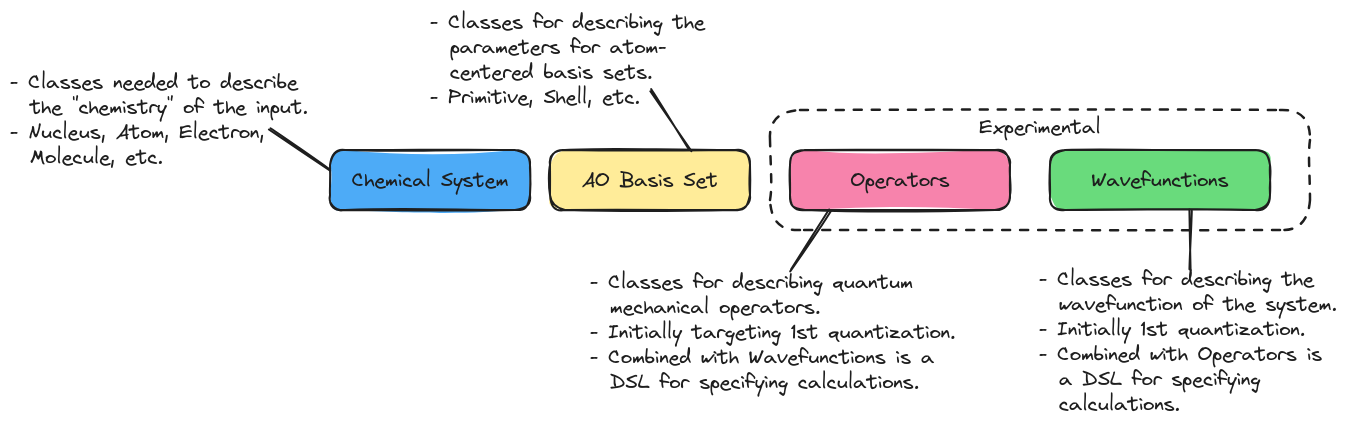
Before: docs/source/developer/design/assets/architecture.png, a diagram exported from Excalidraw (NWChemEx/Chemist). Source tidied: one line per element, renumbered; positions are measured from the earlier drawing's top-left corner, leaving out a move shared by most shapes.
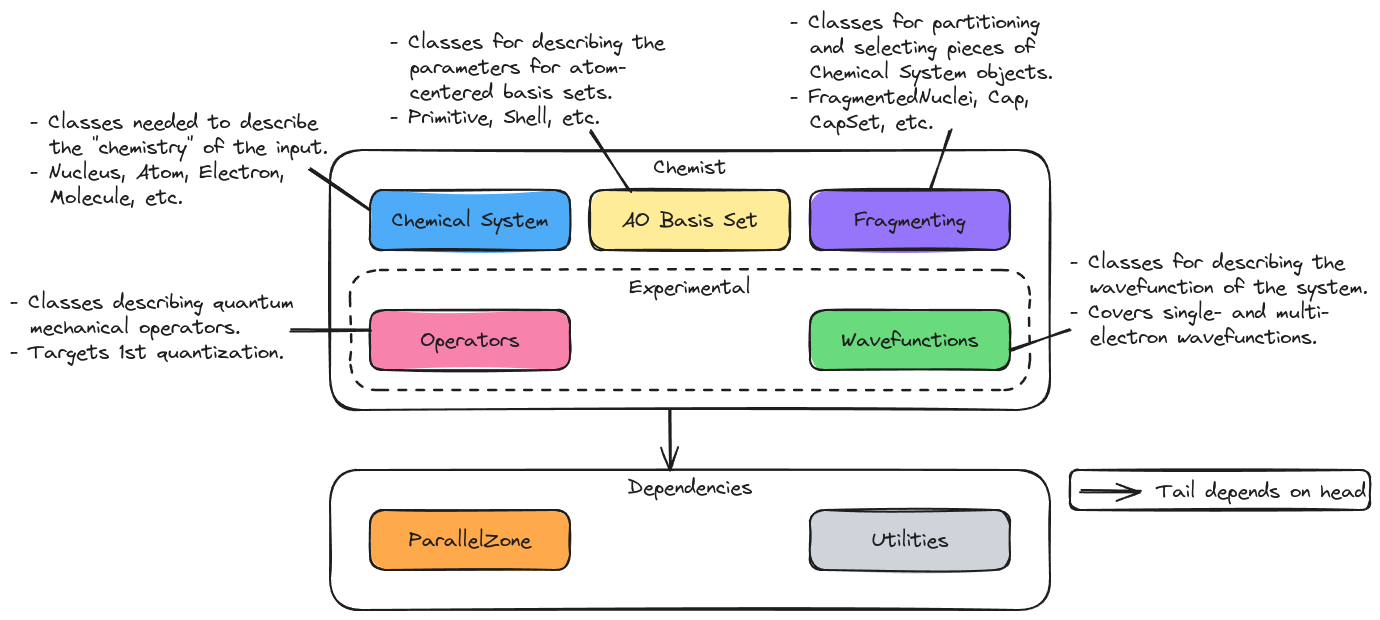
Above is the later version.

What changed in the source:
```diff
@@ -1,18 +1,34 @@
+{"id": 18, "type": "rectangle", "strokeColor": "#1e1e1e", "backgroundColor": "#ffffff", "fillStyle": "solid", "strokeWidth": 2, "roughness": 1, "round": true, "x": 1020, "y": 420, "width": 300, "height": 40}
+{"id": 19, "type": "rectangle", "strokeColor": "#1e1e1e", "backgroundColor": "#ffffff", "fillStyle": "solid", "strokeWidth": 2, "roughness": 1, "round": true, "x": 280, "y": 420, "width": 720, "height": 140}
+{"id": 20, "type": "text", "text": "Dependencies", "strokeColor": "#1e1e1e", "backgroundColor": "#ffa94d", "fillStyle": "solid", "strokeWidth": 2, "roughness": 1, "fontSize": 20, "fontFamily": 1, "textAlign": "center", "inside": 19, "x": 578, "y": 425, "width": 125, "height": 25}
+{"id": 21, "type": "rectangle", "strokeColor": "#1e1e1e", "backgroundColor": "#ffffff", "fillStyle": "solid", "strokeWidth": 2, "roughness": 1, "round": true, "x": 280, "y": 100, "width": 720, "height": 260}
+{"id": 22, "type": "text", "text": "Chemist", "strokeColor": "#1e1e1e", "backgroundColor": "#9775fa", "fillStyle": "solid", "strokeWidth": 2, "roughness": 1, "fontSize": 20, "fontFamily": 1, "textAlign": "center", "inside": 21, "x": 604, "y": 105, "width": 73, "height": 25}
-{"id": 0, "type": "rectangle", "strokeColor": "#1e1e1e", "strokeWidth": 2, "strokeStyle": "dashed", "roughness": 1, "round": true, "x": 760, "y": 100, "width": 540, "height": 120}
+{"id": 0, "type": "rectangle", "strokeColor": "#1e1e1e", "strokeWidth": 2, "strokeStyle": "dashed", "roughness": 1, "round": true, "x": 300, "y": 220, "width": 680, "height": 120}
-{"id": 1, "type": "text", "text": "Experimental", "strokeColor": "#1e1e1e", "strokeWidth": 2, "strokeStyle": "dashed", "roughness": 1, "fontSize": 20, "fontFamily": 1, "textAlign": "center", "inside": 0, "x": 969, "y": 105, "width": 121, "height": 25}
+{"id": 1, "type": "text", "text": "Experimental", "strokeColor": "#1e1e1e", "strokeWidth": 2, "strokeStyle": "dashed", "roughness": 1, "fontSize": 20, "fontFamily": 1, "textAlign": "center", "inside": 0, "x": 579, "y": 225, "width": 121, "height": 25}
 {"id": 2, "type": "rectangle", "strokeColor": "#1e1e1e", "backgroundColor": "#4dabf7", "fillStyle": "solid", "strokeWidth": 2, "roughness": 1, "round": true, "x": 320, "y": 140, "width": 200, "height": 60}
 {"id": 3, "type": "text", "text": "Chemical System", "strokeColor": "#1e1e1e", "strokeWidth": 2, "roughness": 1, "fontSize": 20, "fontFamily": 1, "textAlign": "center", "verticalAlign": "middle", "inside": 2, "x": 342, "y": 158, "width": 157, "height": 25}
-{"id": 4, "type": "text", "text": "- Classes needed to describe\n  the \"chemistry\" of the input.\n- Nucleus, Atom, Electron,\n  Molecule, etc.", "strokeColor": "#1e1e1e", "strokeWidth": 2, "roughness": 1, "fontSize": 20, "fontFamily": 1, "x": 0, "y": 60, "width": 298, "height": 100}
+{"id": 4, "type": "text", "text": "- Classes needed to describe\n  the \"chemistry\" of the input.\n- Nucleus, Atom, Electron,\n  Molecule, etc.", "strokeColor": "#1e1e1e", "strokeWidth": 2, "roughness": 1, "fontSize": 20, "fontFamily": 1, "x": -20, "y": 60, "width": 298, "height": 100}
-{"id": 5, "type": "rectangle", "strokeColor": "#1e1e1e", "backgroundColor": "#f783ac", "fillStyle": "solid", "strokeWidth": 2, "roughness": 1, "round": true, "x": 780, "y": 140, "width": 220, "height": 60}
+{"id": 5, "type": "rectangle", "strokeColor": "#1e1e1e", "backgroundColor": "#f783ac", "fillStyle": "solid", "strokeWidth": 2, "roughness": 1, "round": true, "x": 320, "y": 260, "width": 200, "height": 60}
-{"id": 6, "type": "text", "text": "Operators", "strokeColor": "#1e1e1e", "strokeWidth": 2, "roughness": 1, "fontSize": 20, "fontFamily": 1, "textAlign": "center", "verticalAlign": "middle", "inside": 5, "x": 840, "y": 158, "width": 99, "height": 25}
+{"id": 6, "type": "text", "text": "Operators", "strokeColor": "#1e1e1e", "strokeWidth": 2, "roughness": 1, "fontSize": 20, "fontFamily": 1, "textAlign": "center", "verticalAlign": "middle", "inside": 5, "x": 370, "y": 278, "width": 99, "height": 25}
-{"id": 7, "type": "rectangle", "strokeColor": "#1e1e1e", "backgroundColor": "#69db7c", "fillStyle": "solid", "strokeWidth": 2, "roughness": 1, "round": true, "x": 1040, "y": 140, "width": 220, "height": 60}
+{"id": 7, "type": "rectangle", "strokeColor": "#1e1e1e", "backgroundColor": "#69db7c", "fillStyle": "solid", "strokeWidth": 2, "roughness": 1, "round": true, "x": 760, "y": 260, "width": 200, "height": 60}
-{"id": 8, "type": "text", "text": "Wavefunctions", "strokeColor": "#1e1e1e", "strokeWidth": 2, "roughness": 1, "fontSize": 20, "fontFamily": 1, "textAlign": "center", "verticalAlign": "middle", "inside": 7, "x": 1081, "y": 158, "width": 137, "height": 25}
+{"id": 8, "type": "text", "text": "Wavefunctions", "strokeColor": "#1e1e1e", "strokeWidth": 2, "roughness": 1, "fontSize": 20, "fontFamily": 1, "textAlign": "center", "verticalAlign": "middle", "inside": 7, "x": 791, "y": 278, "width": 137, "height": 25}
 {"id": 9, "type": "line", "strokeColor": "#1e1e1e", "strokeWidth": 2, "roughness": 1, "round": true, "x": 260, "y": 120, "width": 60, "height": 40, "points": [[0, 0], [60, 40]]}
-{"id": 10, "type": "text", "text": "- Classes for describing quantum\n  mechanical operators.\n- Initially targeting 1st quantization.\n- Combined with Wavefunctions is a\n  DSL for specifying calculations.", "strokeColor": "#1e1e1e", "backgroundColor": "#69db7c", "fillStyle": "solid", "strokeWidth": 2, "roughness": 1, "fontSize": 20, "fontFamily": 1, "x": 580, "y": 260, "width": 366, "height": 125}
+{"id": 10, "type": "text", "text": "- Classes describing quantum \n  mechanical operators.\n- Targets 1st quantization.\n", "strokeColor": "#1e1e1e", "backgroundColor": "#69db7c", "fillStyle": "solid", "strokeWidth": 2, "roughness": 1, "fontSize": 20, "fontFamily": 1, "x": -40, "y": 240, "width": 294, "height": 100}
-{"id": 11, "type": "line", "strokeColor": "#1e1e1e", "backgroundColor": "#69db7c", "fillStyle": "solid", "strokeWidth": 2, "roughness": 1, "round": true, "x": 780, "y": 260, "width": 40, "height": 60, "points": [[0, 0], [40, -60]]}
+{"id": 11, "type": "line", "strokeColor": "#1e1e1e", "backgroundColor": "#69db7c", "fillStyle": "solid", "strokeWidth": 2, "roughness": 1, "round": true, "x": 240, "y": 280, "width": 80, "height": 0, "points": [[0, 0], [80, 0]]}
-{"id": 12, "type": "text", "text": "- Classes for describing the\n  wavefunction of the system.\n- Initially 1st quantization.\n- Combined with Operators is\n  a DSL for specifying \n  calculations.", "strokeColor": "#1e1e1e", "backgroundColor": "#69db7c", "fillStyle": "solid", "strokeWidth": 2, "roughness": 1, "fontSize": 20, "fontFamily": 1, "x": 1029, "y": 257, "width": 298, "height": 150}
+{"id": 12, "type": "text", "text": "- Classes for describing the\n  wavefunction of the system.\n- Covers single- and multi-\n  electron wavefunctions.", "strokeColor": "#1e1e1e", "backgroundColor": "#69db7c", "fillStyle": "solid", "strokeWidth": 2, "roughness": 1, "fontSize": 20, "fontFamily": 1, "x": 1020, "y": 200, "width": 298, "height": 100}
-{"id": 13, "type": "line", "strokeColor": "#1e1e1e", "backgroundColor": "#69db7c", "fillStyle": "solid", "strokeWidth": 2, "roughness": 1, "round": true, "x": 1180, "y": 260, "width": 0, "height": 60, "points": [[0, 0], [0, -60]]}
+{"id": 13, "type": "line", "strokeColor": "#1e1e1e", "backgroundColor": "#69db7c", "fillStyle": "solid", "strokeWidth": 2, "roughness": 1, "round": true, "x": 1020, "y": 280, "width": 60, "height": 20, "points": [[0, 0], [-60, 20]]}
 {"id": 14, "type": "rectangle", "strokeColor": "#1e1e1e", "backgroundColor": "#ffec99", "fillStyle": "solid", "strokeWidth": 2, "roughness": 1, "round": true, "x": 540, "y": 140, "width": 200, "height": 60}
 {"id": 15, "type": "text", "text": "AO Basis Set", "strokeColor": "#1e1e1e", "strokeWidth": 2, "roughness": 1, "fontSize": 20, "fontFamily": 1, "textAlign": "center", "verticalAlign": "middle", "inside": 14, "x": 572, "y": 158, "width": 136, "height": 25}
-{"id": 16, "type": "text", "text": "- Classes for describing the\n  parameters for atom-\n  centered basis sets.\n- Primitive, Shell, etc.", "strokeColor": "#1e1e1e", "backgroundColor": "#ffec99", "fillStyle": "solid", "strokeWidth": 2, "roughness": 1, "fontSize": 20, "fontFamily": 1, "x": 420, "y": 0, "width": 275, "height": 100}
+{"id": 16, "type": "text", "text": "- Classes for describing the\n  parameters for atom-\n  centered basis sets.\n- Primitive, Shell, etc.", "strokeColor": "#1e1e1e", "backgroundColor": "#ffec99", "fillStyle": "solid", "strokeWidth": 2, "roughness": 1, "fontSize": 20, "fontFamily": 1, "x": 340, "y": -20, "width": 275, "height": 100}
-{"id": 17, "type": "line", "strokeColor": "#1e1e1e", "backgroundColor": "#ffec99", "fillStyle": "solid", "strokeWidth": 2, "roughness": 1, "round": true, "x": 640, "y": 80, "width": 40, "height": 60, "points": [[0, 0], [40, 60]]}
+{"id": 17, "type": "line", "strokeColor": "#1e1e1e", "backgroundColor": "#ffec99", "fillStyle": "solid", "strokeWidth": 2, "roughness": 1, "round": true, "x": 540, "y": 81, "width": 40, "height": 60, "points": [[0, 0], [40, 60]]}
+{"id": 23, "type": "rectangle", "strokeColor": "#1e1e1e", "backgroundColor": "#9775fa", "fillStyle": "solid", "strokeWidth": 2, "roughness": 1, "round": true, "x": 760, "y": 140, "width": 200, "height": 60}
+{"id": 24, "type": "text", "text": "Fragmenting", "strokeColor": "#1e1e1e", "strokeWidth": 2, "roughness": 1, "fontSize": 20, "fontFamily": 1, "textAlign": "center", "verticalAlign": "middle", "inside": 23, "x": 804, "y": 158, "width": 111, "height": 25}
+{"id": 25, "type": "text", "text": "- Classes for partitioning\n  and selecting pieces of\n  Chemical System objects.\n- FragmentedNuclei, Cap, \n  CapSet, etc.", "strokeColor": "#1e1e1e", "backgroundColor": "#9775fa", "fillStyle": "solid", "strokeWidth": 2, "roughness": 1, "fontSize": 20, "fontFamily": 1, "x": 740, "y": -40, "width": 263, "height": 125}
+{"id": 26, "type": "line", "strokeColor": "#1e1e1e", "backgroundColor": "#9775fa", "fillStyle": "solid", "strokeWidth": 2, "roughness": 1, "round": true, "x": 880, "y": 140, "width": 20, "height": 60, "points": [[0, 0], [20, -60]]}
+{"id": 27, "type": "rectangle", "strokeColor": "#1e1e1e", "backgroundColor": "#ffa94d", "fillStyle": "solid", "strokeWidth": 2, "roughness": 1, "round": true, "x": 320, "y": 460, "width": 200, "height": 60}
+{"id": 28, "type": "text", "text": "ParallelZone", "strokeColor": "#1e1e1e", "backgroundColor": "#ffffff", "fillStyle": "solid", "strokeWidth": 2, "roughness": 1, "fontSize": 20, "fontFamily": 1, "textAlign": "center", "verticalAlign": "middle", "inside": 27, "x": 359, "y": 478, "width": 123, "height": 25}
+{"id": 29, "type": "arrow", "strokeColor": "#1e1e1e", "backgroundColor": "#ffffff", "fillStyle": "solid", "strokeWidth": 2, "roughness": 1, "endArrowhead": "arrow", "round": true, "from": 0, "x": 620, "y": 360, "width": 0, "height": 60, "points": [[0, 0], [0, 60]]}
+{"id": 30, "type": "arrow", "strokeColor": "#1e1e1e", "backgroundColor": "#ffffff", "fillStyle": "solid", "strokeWidth": 2, "roughness": 1, "endArrowhead": "arrow", "round": true, "from": 19, "to": 31, "x": 1031, "y": 441, "width": 60, "height": 0, "points": [[0, 0], [60, 0]]}
+{"id": 31, "type": "text", "text": "Tail depends on head", "strokeColor": "#1e1e1e", "backgroundColor": "#ffffff", "fillStyle": "solid", "strokeWidth": 2, "roughness": 1, "fontSize": 20, "fontFamily": 1, "x": 1106, "y": 428, "width": 210, "height": 25}
+{"id": 32, "type": "rectangle", "strokeColor": "#1e1e1e", "backgroundColor": "#ced4da", "fillStyle": "solid", "strokeWidth": 2, "roughness": 1, "round": true, "x": 760, "y": 460, "width": 200, "height": 60}
+{"id": 33, "type": "text", "text": "Utilities", "strokeColor": "#1e1e1e", "backgroundColor": "#ffffff", "fillStyle": "solid", "strokeWidth": 2, "roughness": 1, "fontSize": 20, "fontFamily": 1, "textAlign": "center", "verticalAlign": "middle", "inside": 32, "x": 821, "y": 478, "width": 77, "height": 25}
```
